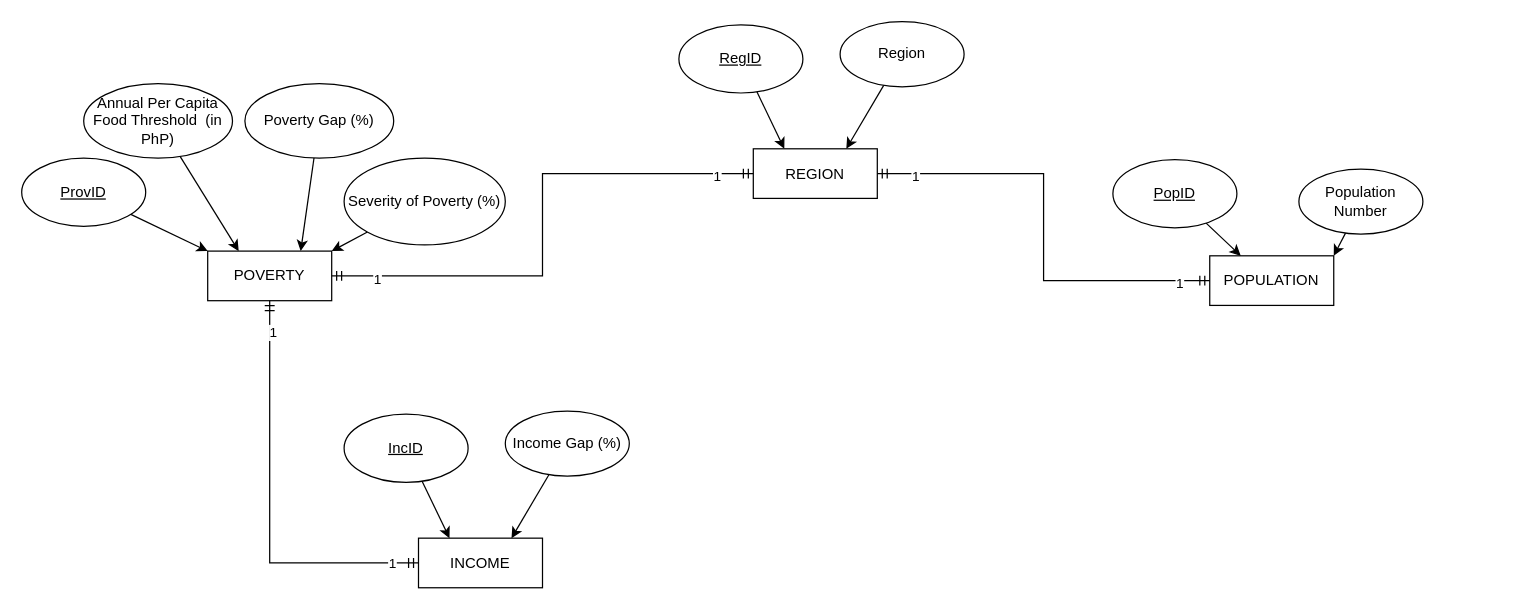
This is page "ERD" (2 of 3) of DECapstone diagrams.drawio from vinsanity2022/SPARTACapstone, a draw.io file, before an edit. Source tidied: cells renumbered, new cells numbered last; positions are measured from the earlier drawing's top-left corner, leaving out a move shared by most shapes. Both pictures are drawn from the tidied source at 124%, with x=0, y=0 at pixel (21, 21).
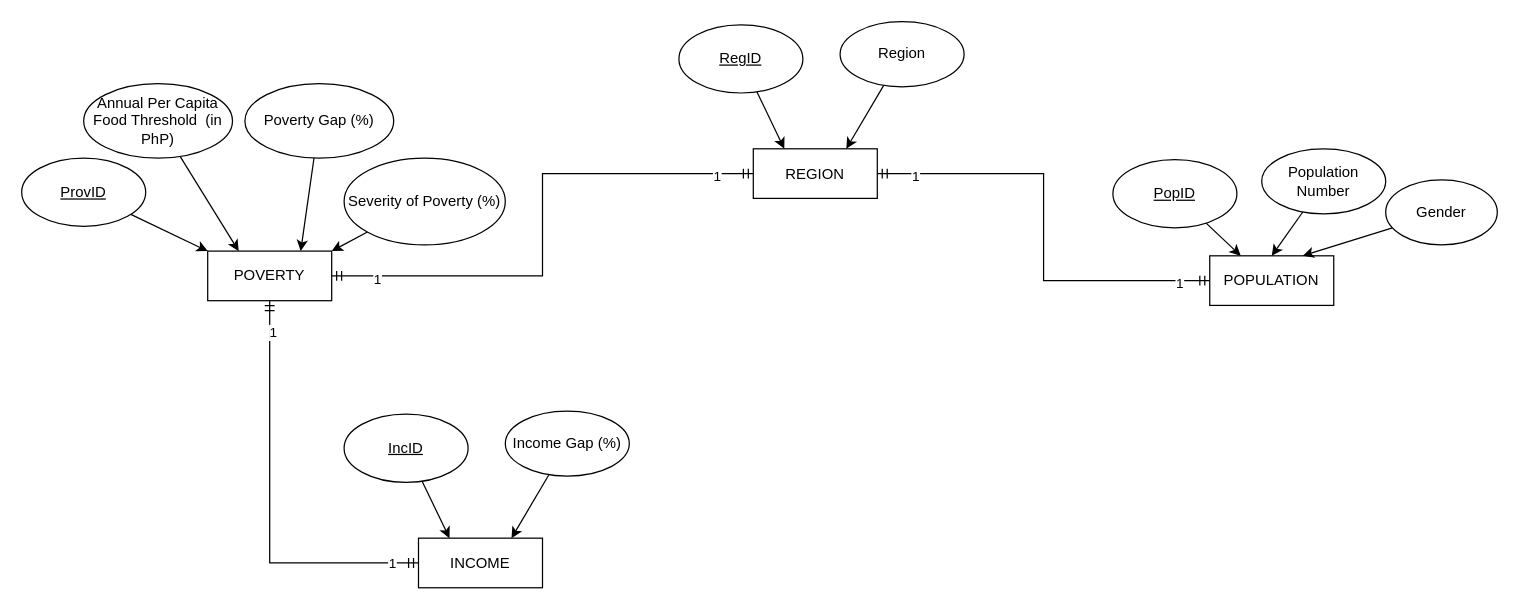
After the change.

Unchanged cells that the change refers to:
```xml
<mxCell id="27" value="POPULATION" style="whiteSpace=wrap;html=1;align=center;" parent="1" vertex="1">
  <mxGeometry x="958.1" y="188.8" width="100" height="40" as="geometry" />
</mxCell>
```

Change to the diagram source:
```diff
@@
-    <mxCell id="28" style="rounded=0;jettySize=auto;html=1;entryX=1;entryY=0;entryDx=0;entryDy=0;" parent="1" edge="1" source="29" target="27">
+    <mxCell id="28" style="rounded=0;jettySize=auto;html=1;entryX=0.5;entryY=0;entryDx=0;entryDy=0;" parent="1" edge="1" source="29" target="27">
       <mxGeometry relative="1" as="geometry" />
     </mxCell>
     <mxCell id="29" value="Population Number" style="ellipse;whiteSpace=wrap;html=1;align=center;" parent="1" vertex="1">
-      <mxGeometry x="1030" y="118.8" width="100" height="52.5" as="geometry" />
+      <mxGeometry x="1000" y="102.5" width="100" height="52.5" as="geometry" />
     </mxCell>
@@
+    <mxCell id="35" style="rounded=0;jettySize=auto;html=1;entryX=0.75;entryY=0;entryDx=0;entryDy=0;" parent="1" edge="1" source="36" target="27">
+      <mxGeometry relative="1" as="geometry" />
+    </mxCell>
+    <mxCell id="36" value="Gender" style="ellipse;whiteSpace=wrap;html=1;align=center;" parent="1" vertex="1">
+      <mxGeometry x="1100" y="127.5" width="90" height="52.5" as="geometry" />
+    </mxCell>
```
